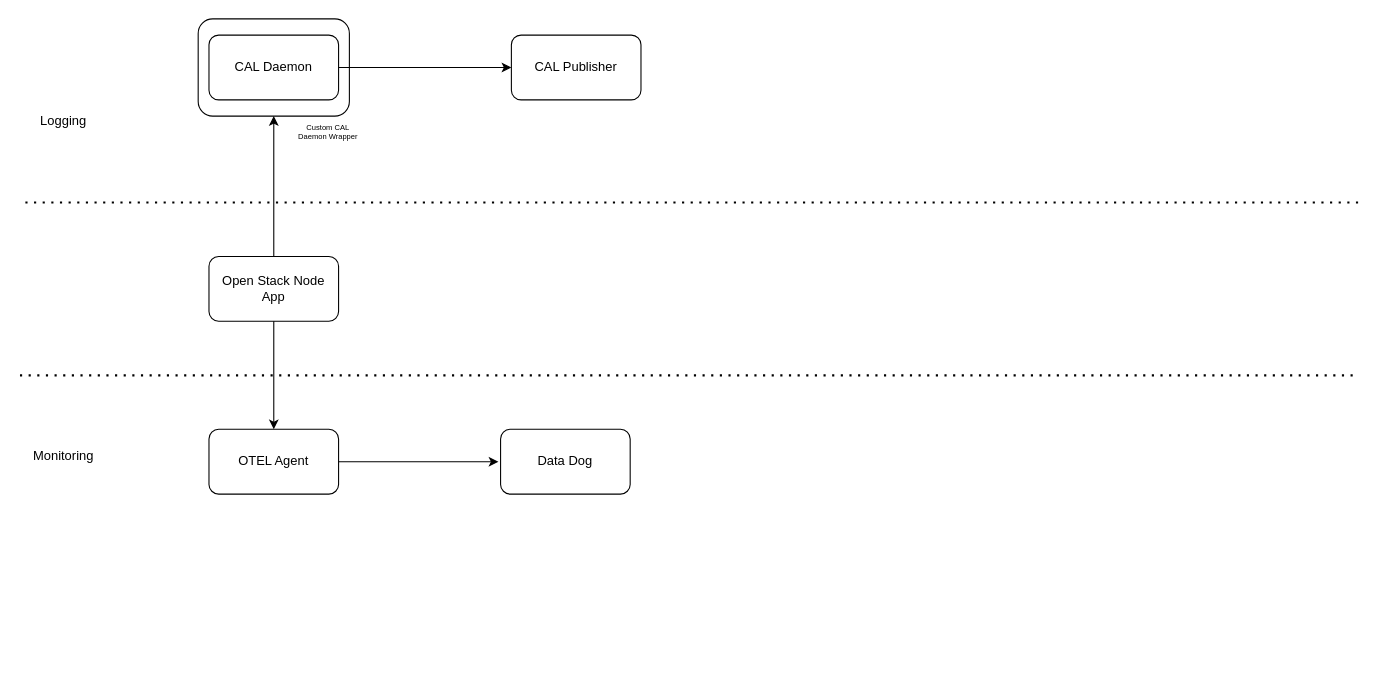
This is Untitled Diagram.drawio from mithun9421/microfrontend, a draw.io file, before an edit. Source tidied: cells renumbered, new cells numbered last; positions are measured from the earlier drawing's top-left corner, leaving out a move shared by most shapes. Both pictures are drawn from the tidied source at 108%, with x=0, y=0 at pixel (19, 18).
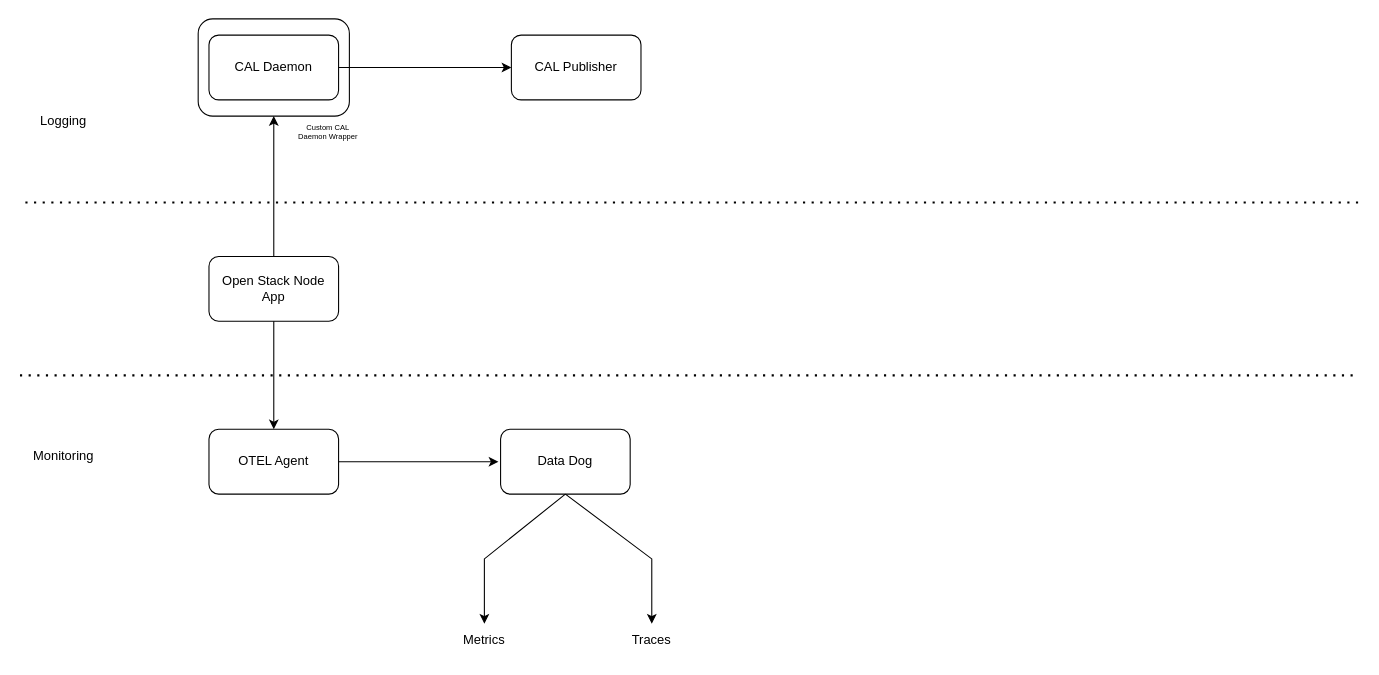
Above is the later version.

Commit message:
Logging and monitoring

Unchanged cells that the change refers to:
```xml
<mxCell id="15" value="Data Dog" style="rounded=1;whiteSpace=wrap;html=1;" parent="1" vertex="1">
  <mxGeometry x="445" y="380" width="120" height="60" as="geometry" />
</mxCell>
```

Change to the diagram source:
```diff
@@
+    <mxCell id="17" value="Metrics" style="text;html=1;align=center;verticalAlign=middle;whiteSpace=wrap;rounded=0;" parent="1" vertex="1">
+      <mxGeometry x="400" y="560" width="60" height="30" as="geometry" />
+    </mxCell>
+    <mxCell id="18" value="Traces" style="text;html=1;align=center;verticalAlign=middle;whiteSpace=wrap;rounded=0;" parent="1" vertex="1">
+      <mxGeometry x="555" y="560" width="60" height="30" as="geometry" />
+    </mxCell>
+    <mxCell id="19" style="endArrow=classic;html=1;rounded=0;exitX=0.5;exitY=1;exitDx=0;exitDy=0;entryX=0.5;entryY=0;entryDx=0;entryDy=0;" parent="1" edge="1" source="15" target="18">
+      <mxGeometry relative="1" as="geometry">
+        <Array as="points">
+          <mxPoint x="585" y="500" />
+        </Array>
+      </mxGeometry>
+    </mxCell>
+    <mxCell id="20" style="endArrow=classic;html=1;rounded=0;exitX=0.5;exitY=1;exitDx=0;exitDy=0;entryX=0.5;entryY=0;entryDx=0;entryDy=0;" parent="1" edge="1" source="15" target="17">
+      <mxGeometry relative="1" as="geometry">
+        <Array as="points">
+          <mxPoint x="430" y="500" />
+        </Array>
+      </mxGeometry>
+    </mxCell>
```
